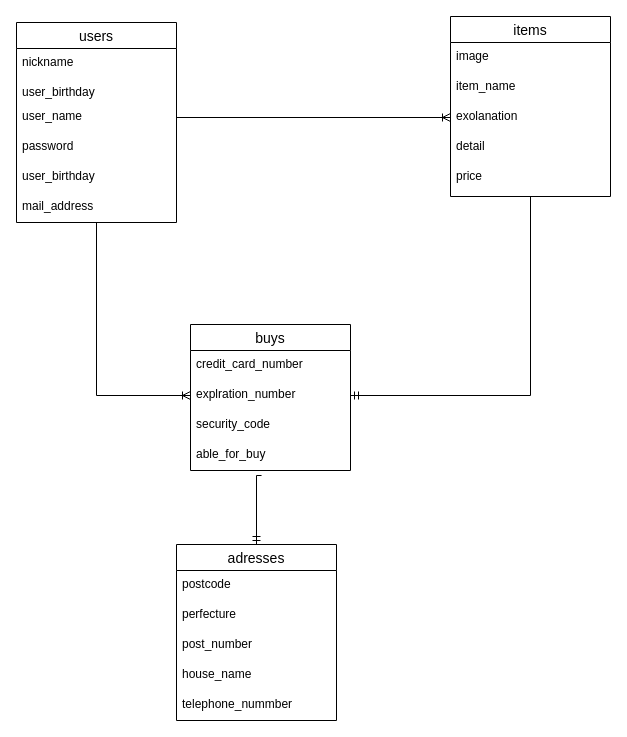
Earlier version of the draw.io diagram furima-29643.dio (zhuang-ced/frima-29643). Source tidied: cells renumbered, new cells numbered last; positions are measured from the earlier drawing's top-left corner, leaving out a move shared by most shapes. Both pictures are drawn from the tidied source at 100%, with x=0, y=0 at pixel (16, 16).
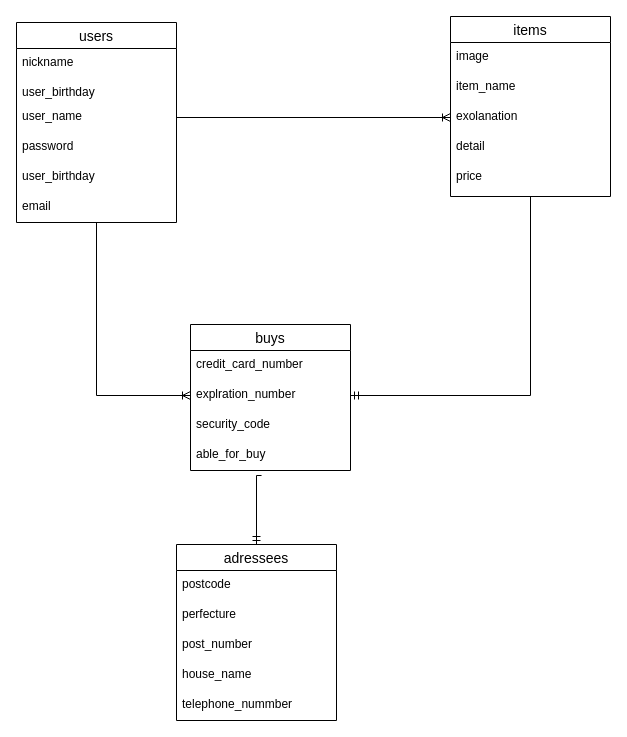
The same diagram, later.

Commit message (it also covers changes not shown here):
READMEでのテーブル設計

The change refers to these unchanged cells:
```xml
<mxCell id="3" value="users" style="swimlane;fontStyle=0;horizontal=1;startSize=26;align=center;fontSize=14;" parent="1" vertex="1">
  <mxGeometry y="6" width="160" height="200" as="geometry" />
</mxCell>
```

Change to the diagram source:
```diff
@@
-    <mxCell id="9" value="mail_address" style="text;strokeColor=none;fillColor=none;spacingLeft=4;spacingRight=4;overflow=hidden;fontSize=12;" parent="3" vertex="1">
+    <mxCell id="9" value="email" style="text;strokeColor=none;fillColor=none;spacingLeft=4;spacingRight=4;overflow=hidden;fontSize=12;" parent="3" vertex="1">
       <mxGeometry y="170" width="160" height="30" as="geometry" />
     </mxCell>
@@
-    <mxCell id="23" value="adresses" style="swimlane;fontStyle=0;horizontal=1;startSize=26;align=center;fontSize=14;" parent="1" vertex="1">
+    <mxCell id="23" value="adressees" style="swimlane;fontStyle=0;horizontal=1;startSize=26;align=center;fontSize=14;" parent="1" vertex="1">
       <mxGeometry x="160" y="528" width="160" height="176" as="geometry" />
     </mxCell>
```
